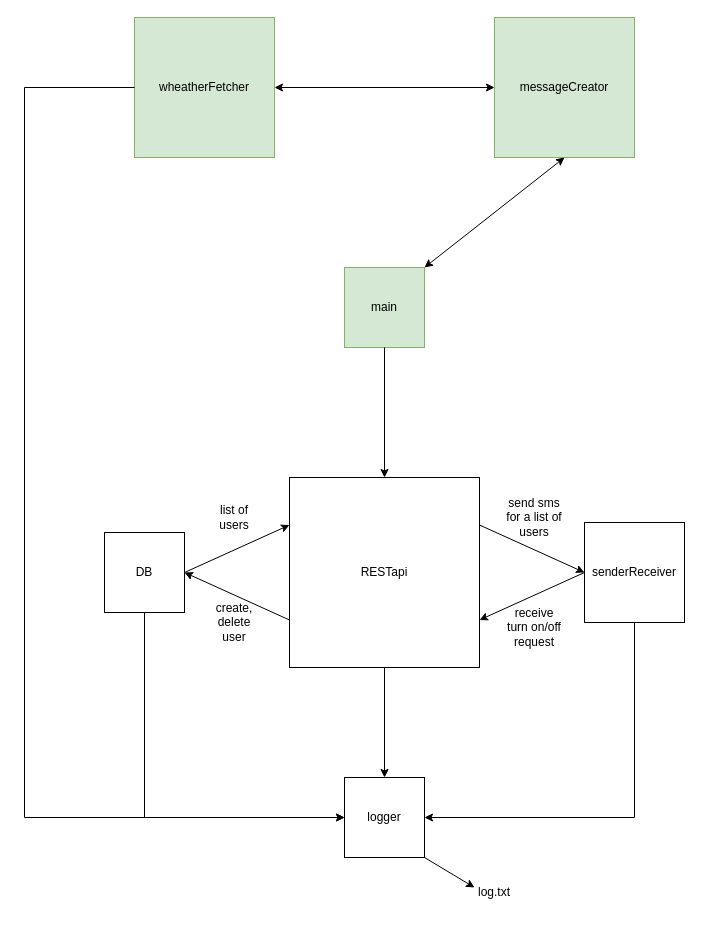
The draw.io diagram systemDiagram.drawio in WitoldSurowka/biker_info_jsonDB, before the edit. Source tidied: cells renumbered, new cells numbered last; positions are measured from the earlier drawing's top-left corner, leaving out a move shared by most shapes. Both pictures are drawn from the tidied source at 100%, with x=0, y=0 at pixel (24, 17).
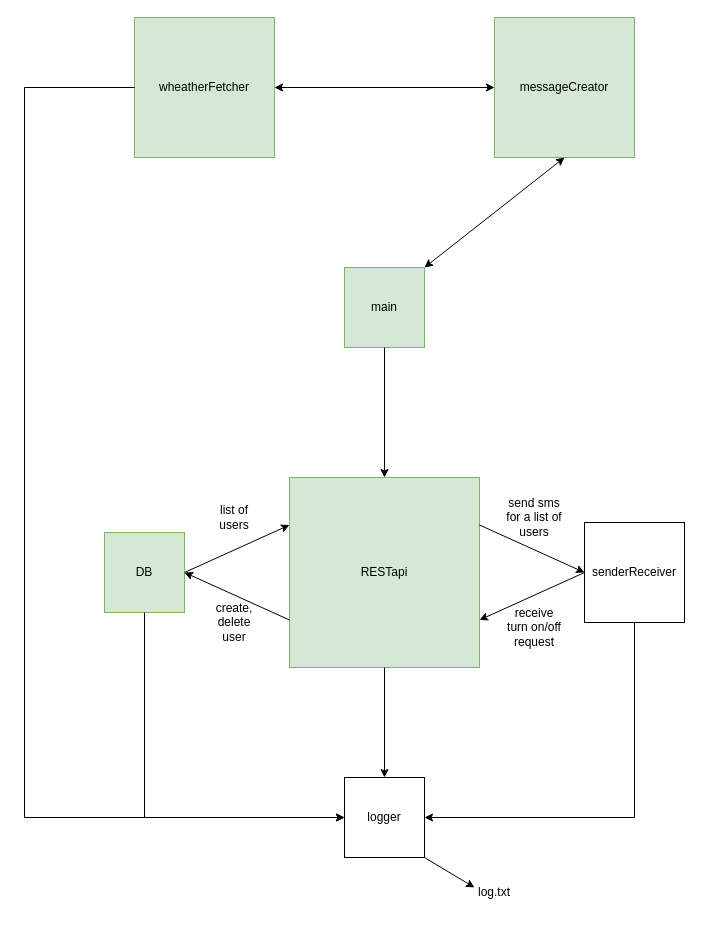
The same diagram, later.

Commit message (it also covers changes not shown here):
System development

What changed in the source:
```diff
@@
-    <mxCell id="7" value="RESTapi" style="whiteSpace=wrap;html=1;" parent="1" vertex="1">
+    <mxCell id="7" value="RESTapi" style="whiteSpace=wrap;html=1;fillColor=#d5e8d4;strokeColor=#82b366;" parent="1" vertex="1">
       <mxGeometry x="265" y="460" width="190" height="190" as="geometry" />
     </mxCell>
@@
-    <mxCell id="9" value="DB" style="whiteSpace=wrap;html=1;" parent="1" vertex="1">
+    <mxCell id="9" value="DB" style="whiteSpace=wrap;html=1;fillColor=#d5e8d4;strokeColor=#82b366;" parent="1" vertex="1">
       <mxGeometry x="80" y="515" width="80" height="80" as="geometry" />
     </mxCell>
```
